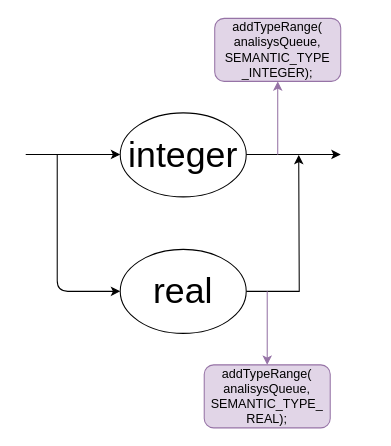
Earlier version of the draw.io diagram grafosSintaticos/semanticRules/k_sr.drawio (AdrianoII/gccc). Source tidied: cells renumbered, new cells numbered last; positions are measured from the earlier drawing's top-left corner, leaving out a move shared by most shapes. Both pictures are drawn from the tidied source at 105%, with x=0, y=0 at pixel (25, 18).
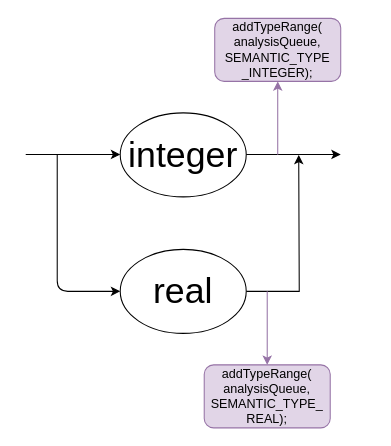
After the change.

The change refers to these unchanged cells:
```xml
<mxCell id="3" style="group;" parent="2" vertex="1">
  <mxGeometry width="330" height="390" as="geometry" />
</mxCell>
```

Change to the diagram source:
```diff
@@
-    <mxCell id="13" value="addTypeRange(&lt;br&gt;analisysQueue,&lt;br&gt;SEMANTIC_TYPE&lt;br&gt;_INTEGER);" style="rounded=1;whiteSpace=wrap;html=1;fillColor=#e1d5e7;strokeColor=#9673a6;" parent="3" vertex="1">
+    <mxCell id="13" value="addTypeRange(&lt;br&gt;analysisQueue,&lt;br&gt;SEMANTIC_TYPE&lt;br&gt;_INTEGER);" style="rounded=1;whiteSpace=wrap;html=1;fillColor=#e1d5e7;strokeColor=#9673a6;" parent="3" vertex="1">
       <mxGeometry x="180" width="120" height="60" as="geometry" />
     </mxCell>
-    <mxCell id="14" value="addTypeRange(&lt;br&gt;analisysQueue,&lt;br&gt;SEMANTIC_TYPE_&lt;br&gt;REAL);" style="rounded=1;whiteSpace=wrap;html=1;fillColor=#e1d5e7;strokeColor=#9673a6;" parent="3" vertex="1">
+    <mxCell id="14" value="addTypeRange(&lt;br&gt;analysisQueue,&lt;br&gt;SEMANTIC_TYPE_&lt;br&gt;REAL);" style="rounded=1;whiteSpace=wrap;html=1;fillColor=#e1d5e7;strokeColor=#9673a6;" parent="3" vertex="1">
       <mxGeometry x="170" y="330" width="120" height="60" as="geometry" />
     </mxCell>
```
